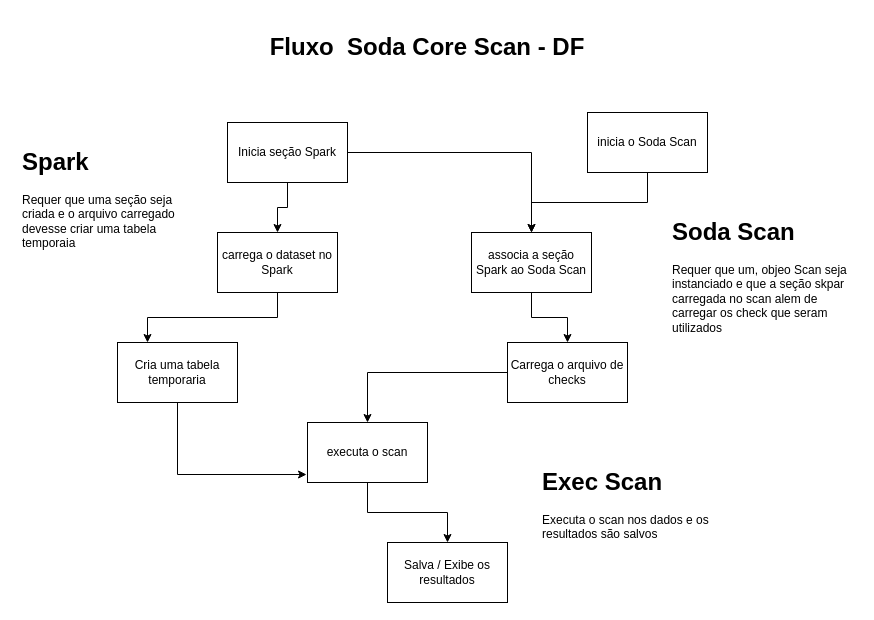
Before: soda_core_implement/fluxo/fluxo_soda.drawio in tmilitino/Unicorninha, a draw.io diagram. Source tidied: cells renumbered, new cells numbered last; positions are measured from the earlier drawing's top-left corner, leaving out a move shared by most shapes. Both pictures are drawn from the tidied source at 100%, with x=0, y=0 at pixel (17, 32).
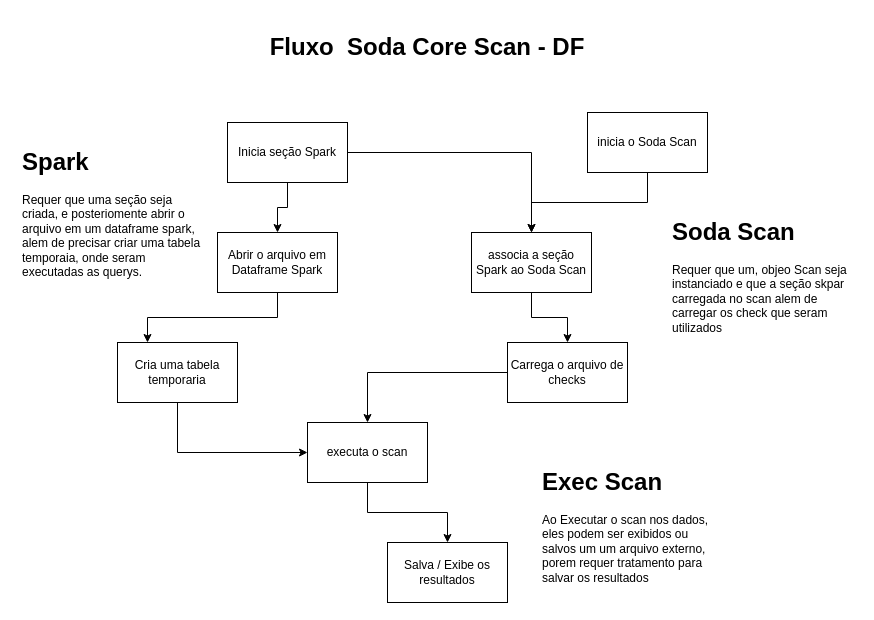
The same diagram, later.

Commit message (it also covers changes not shown here):
update soda and pydeequ readme

Unchanged cells that the change refers to:
```xml
<mxCell id="14" value="executa o scan" style="whiteSpace=wrap;html=1;rounded=0;" parent="1" vertex="1">
  <mxGeometry x="290" y="390" width="120" height="60" as="geometry" />
</mxCell>
<mxCell id="18" value="Cria uma tabela temporaria" style="whiteSpace=wrap;html=1;rounded=0;" parent="1" vertex="1">
  <mxGeometry x="100" y="310" width="120" height="60" as="geometry" />
</mxCell>
```

Diff of the diagram source:
```diff
@@
-    <mxCell id="2" value="carrega o dataset no Spark" style="rounded=0;whiteSpace=wrap;html=1;" parent="1" vertex="1">
+    <mxCell id="2" value="Abrir o arquivo em Dataframe Spark" style="rounded=0;whiteSpace=wrap;html=1;" parent="1" vertex="1">
       <mxGeometry x="200" y="200" width="120" height="60" as="geometry" />
     </mxCell>
@@
-    <mxCell id="16" value="&lt;h1&gt;Spark&lt;/h1&gt;&lt;p&gt;Requer que uma seção seja criada e o arquivo carregado devesse criar uma tabela temporaia&amp;nbsp;&lt;/p&gt;" style="text;html=1;strokeColor=none;fillColor=none;spacing=5;spacingTop=-20;whiteSpace=wrap;overflow=hidden;rounded=0;" parent="1" vertex="1">
-      <mxGeometry y="110" width="190" height="120" as="geometry" />
+    <mxCell id="16" value="&lt;h1&gt;Spark&lt;/h1&gt;&lt;p&gt;Requer que uma seção seja criada, e posteriomente abrir o arquivo em um dataframe spark, alem de precisar criar uma tabela temporaia, onde seram executadas as querys.&lt;/p&gt;" style="text;html=1;strokeColor=none;fillColor=none;spacing=5;spacingTop=-20;whiteSpace=wrap;overflow=hidden;rounded=0;" parent="1" vertex="1">
+      <mxGeometry y="110" width="190" height="150" as="geometry" />
     </mxCell>
@@
-    <mxCell id="20" style="edgeStyle=orthogonalEdgeStyle;rounded=0;jettySize=auto;html=1;exitX=0.5;exitY=1;exitDx=0;exitDy=0;entryX=-0.008;entryY=0.867;entryDx=0;entryDy=0;entryPerimeter=0;" parent="1" edge="1" source="18" target="14">
+    <mxCell id="20" style="edgeStyle=orthogonalEdgeStyle;rounded=0;jettySize=auto;html=1;exitX=0.5;exitY=1;exitDx=0;exitDy=0;entryX=0;entryY=0.5;entryDx=0;entryDy=0;" parent="1" edge="1" source="18" target="14">
       <mxGeometry relative="1" as="geometry" />
     </mxCell>
-    <mxCell id="21" value="&lt;h1&gt;Exec Scan&lt;/h1&gt;&lt;p&gt;Executa o scan nos dados e os resultados são salvos&amp;nbsp;&lt;/p&gt;" style="text;html=1;strokeColor=none;fillColor=none;spacing=5;spacingTop=-20;whiteSpace=wrap;overflow=hidden;rounded=0;" parent="1" vertex="1">
-      <mxGeometry x="520" y="430" width="190" height="120" as="geometry" />
+    <mxCell id="21" value="&lt;h1&gt;Exec Scan&lt;/h1&gt;&lt;p&gt;Ao Executar o scan nos dados, eles podem ser exibidos ou salvos um um arquivo externo, porem requer tratamento para salvar os resultados&lt;/p&gt;" style="text;html=1;strokeColor=none;fillColor=none;spacing=5;spacingTop=-20;whiteSpace=wrap;overflow=hidden;rounded=0;" parent="1" vertex="1">
+      <mxGeometry x="520" y="430" width="190" height="130" as="geometry" />
     </mxCell>
```
